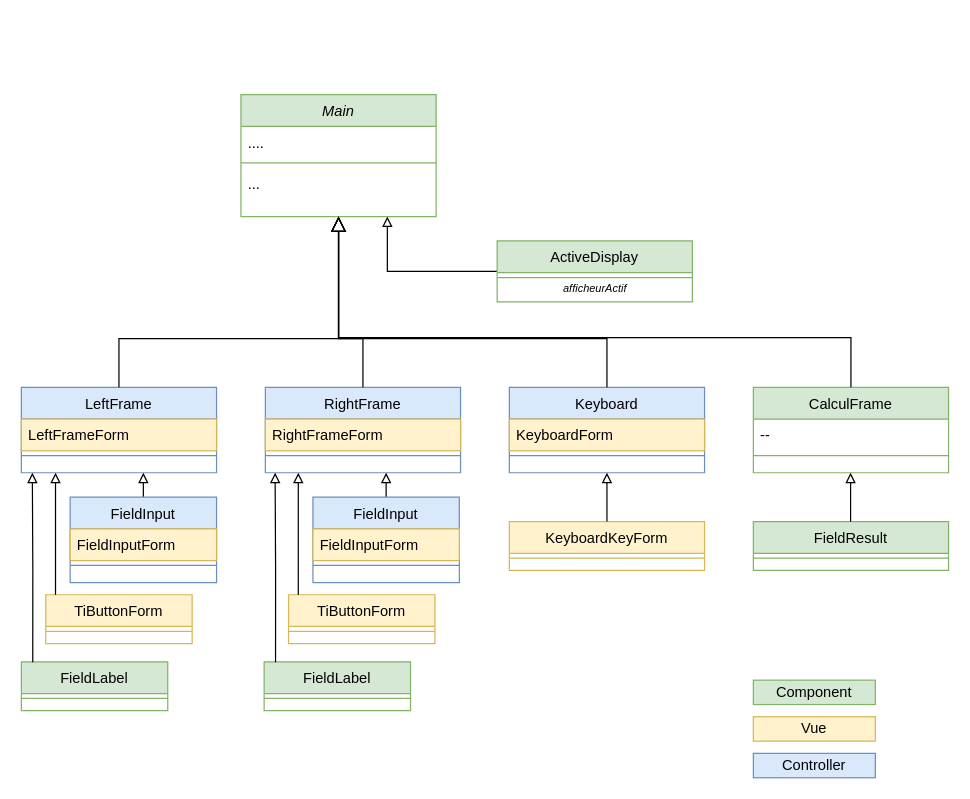
Before: docs/images/TiCalcul-QML-hierarchy.drawio in Sphinkie/TiCalcul, a draw.io diagram. Source tidied: cells renumbered, new cells numbered last; positions are measured from the earlier drawing's top-left corner, leaving out a move shared by most shapes. Both pictures are drawn from the tidied source at 122%, with x=0, y=0 at pixel (21, 94).
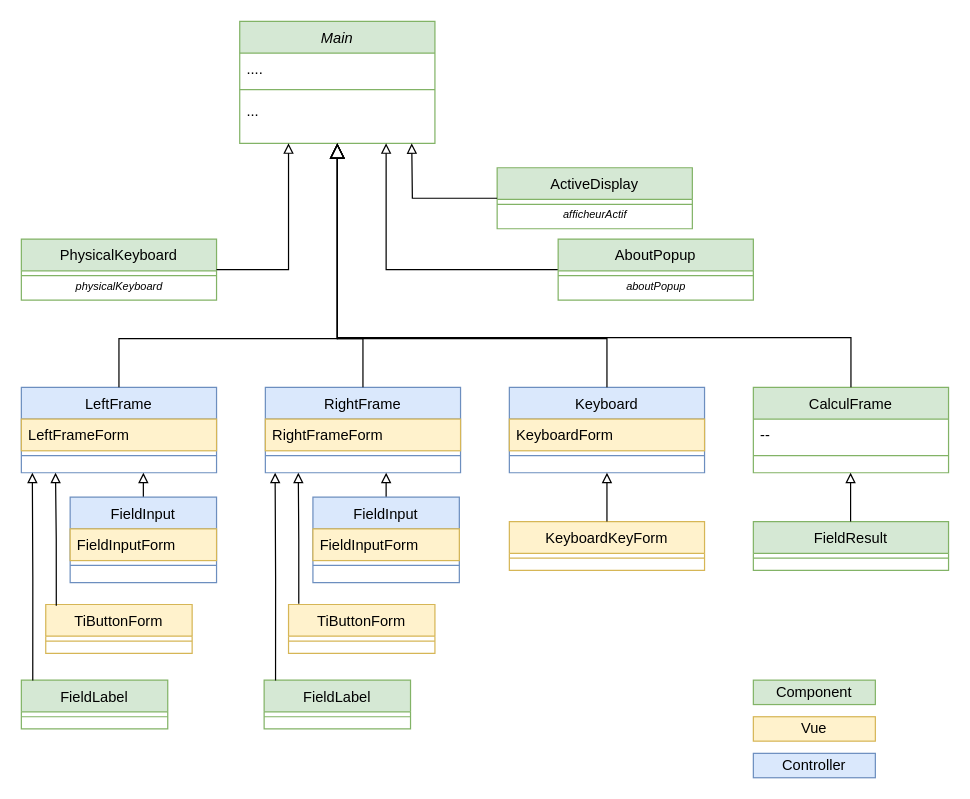
The same page after the edit.

Change to the diagram source:
```diff
@@
     <mxCell id="2" value="Main" style="swimlane;fontStyle=2;align=center;verticalAlign=top;horizontal=1;startSize=26;rounded=0;shadow=0;strokeWidth=1;fillColor=#d5e8d4;strokeColor=#82b366;" parent="1" vertex="1">
-      <mxGeometry x="180" width="160" height="100" as="geometry" />
+      <mxGeometry x="179" y="-60" width="160" height="100" as="geometry" />
     </mxCell>
@@
     <mxCell id="26" value="FieldLabel" style="swimlane;fontStyle=0;align=center;verticalAlign=top;horizontal=1;startSize=26;rounded=0;shadow=0;strokeWidth=1;fillColor=#d5e8d4;strokeColor=#82b366;" parent="1" vertex="1">
-      <mxGeometry y="465" width="120" height="40" as="geometry" />
+      <mxGeometry y="480" width="120" height="40" as="geometry" />
     </mxCell>
@@
     <mxCell id="28" value="TiButtonForm" style="swimlane;fontStyle=0;align=center;verticalAlign=top;horizontal=1;startSize=26;rounded=0;shadow=0;strokeWidth=1;fillColor=#fff2cc;strokeColor=#d6b656;" parent="1" vertex="1">
-      <mxGeometry x="20" y="410" width="120" height="40" as="geometry" />
+      <mxGeometry x="20" y="418" width="120" height="40" as="geometry" />
     </mxCell>
@@
-    <mxCell id="31" style="edgeStyle=orthogonalEdgeStyle;rounded=0;orthogonalLoop=1;jettySize=auto;html=1;endArrow=block;endFill=0;" parent="1" edge="1">
+    <mxCell id="31" style="edgeStyle=orthogonalEdgeStyle;rounded=0;jettySize=auto;html=1;endArrow=block;endFill=0;exitX=0.072;exitY=0.025;exitDx=0;exitDy=0;exitPerimeter=0;" parent="1" edge="1" source="28">
       <mxGeometry relative="1" as="geometry">
-        <mxPoint x="28" y="410" as="sourcePoint" />
         <mxPoint x="28" y="310" as="targetPoint" />
       </mxGeometry>
     </mxCell>
@@
     <mxCell id="36" value="FieldLabel" style="swimlane;fontStyle=0;align=center;verticalAlign=top;horizontal=1;startSize=26;rounded=0;shadow=0;strokeWidth=1;fillColor=#d5e8d4;strokeColor=#82b366;" parent="1" vertex="1">
-      <mxGeometry x="199" y="465" width="120" height="40" as="geometry" />
+      <mxGeometry x="199" y="480" width="120" height="40" as="geometry" />
     </mxCell>
@@
     <mxCell id="38" value="TiButtonForm" style="swimlane;fontStyle=0;align=center;verticalAlign=top;horizontal=1;startSize=26;rounded=0;shadow=0;strokeWidth=1;fillColor=#fff2cc;strokeColor=#d6b656;" parent="1" vertex="1">
-      <mxGeometry x="219" y="410" width="120" height="40" as="geometry" />
+      <mxGeometry x="219" y="418" width="120" height="40" as="geometry" />
     </mxCell>
@@
-    <mxCell id="41" style="edgeStyle=orthogonalEdgeStyle;rounded=0;orthogonalLoop=1;jettySize=auto;html=1;endArrow=block;endFill=0;" parent="1" edge="1">
+    <mxCell id="41" style="edgeStyle=orthogonalEdgeStyle;rounded=0;jettySize=auto;html=1;endArrow=block;endFill=0;exitX=0.07;exitY=-0.015;exitDx=0;exitDy=0;exitPerimeter=0;" parent="1" edge="1" source="38">
       <mxGeometry relative="1" as="geometry">
-        <mxPoint x="227" y="410" as="sourcePoint" />
         <mxPoint x="227" y="310" as="targetPoint" />
       </mxGeometry>
     </mxCell>
@@
-    <mxCell id="52" value="ActiveDisplay" style="swimlane;fontStyle=0;align=center;verticalAlign=top;horizontal=1;startSize=26;rounded=0;shadow=0;strokeWidth=1;fillColor=#d5e8d4;strokeColor=#82b366;" parent="1" vertex="1">
-      <mxGeometry x="390" y="120" width="160" height="50" as="geometry" />
+    <mxCell id="52" value="AboutPopup" style="swimlane;fontStyle=0;align=center;verticalAlign=top;horizontal=1;startSize=26;rounded=0;shadow=0;strokeWidth=1;fillColor=#d5e8d4;strokeColor=#82b366;" parent="1" vertex="1">
+      <mxGeometry x="440" y="118.5" width="160" height="50" as="geometry" />
     </mxCell>
@@
-    <mxCell id="54" value="&lt;i&gt;&lt;font style=&quot;font-size: 9px;&quot;&gt;afficheurActif&lt;/font&gt;&lt;/i&gt;" style="text;html=1;align=center;verticalAlign=middle;strokeColor=none;fillColor=none;" parent="1" vertex="1">
-      <mxGeometry x="430" y="143" width="80" height="30" as="geometry" />
+    <mxCell id="54" value="&lt;i&gt;&lt;font style=&quot;font-size: 9px;&quot;&gt;aboutPopup&lt;/font&gt;&lt;/i&gt;" style="text;html=1;align=center;verticalAlign=middle;strokeColor=none;fillColor=none;" parent="1" vertex="1">
+      <mxGeometry x="485" y="141.5" width="70" height="30" as="geometry" />
     </mxCell>
+    <mxCell id="55" value="PhysicalKeyboard" style="swimlane;fontStyle=0;align=center;verticalAlign=top;horizontal=1;startSize=26;rounded=0;shadow=0;strokeWidth=1;fillColor=#d5e8d4;strokeColor=#82b366;" parent="1" vertex="1">
+      <mxGeometry y="118.5" width="160" height="50" as="geometry" />
+    </mxCell>
+    <mxCell id="56" style="line;html=1;strokeWidth=1;align=left;verticalAlign=middle;spacingTop=-1;spacingLeft=3;spacingRight=3;labelPosition=right;fillColor=#d5e8d4;strokeColor=#82b366;" parent="55" vertex="1">
+      <mxGeometry y="26" width="160" height="8" as="geometry" />
+    </mxCell>
+    <mxCell id="57" value="&lt;i&gt;&lt;font style=&quot;font-size: 9px;&quot;&gt;physicalKeyboard&lt;/font&gt;&lt;/i&gt;" style="text;html=1;align=center;verticalAlign=middle;strokeColor=none;fillColor=none;" parent="1" vertex="1">
+      <mxGeometry x="35" y="141.5" width="90" height="30" as="geometry" />
+    </mxCell>
+    <mxCell id="58" style="edgeStyle=orthogonalEdgeStyle;rounded=0;jettySize=auto;html=1;entryX=0.25;entryY=1;entryDx=0;entryDy=0;endArrow=block;endFill=0;exitX=1;exitY=0.5;exitDx=0;exitDy=0;" parent="1" edge="1" source="55" target="2">
+      <mxGeometry relative="1" as="geometry" />
+    </mxCell>
+    <mxCell id="59" value="ActiveDisplay" style="swimlane;fontStyle=0;align=center;verticalAlign=top;horizontal=1;startSize=26;rounded=0;shadow=0;strokeWidth=1;fillColor=#d5e8d4;strokeColor=#82b366;" parent="1" vertex="1">
+      <mxGeometry x="390" y="60" width="160" height="50" as="geometry" />
+    </mxCell>
+    <mxCell id="60" style="line;html=1;strokeWidth=1;align=left;verticalAlign=middle;spacingTop=-1;spacingLeft=3;spacingRight=3;labelPosition=right;fillColor=#d5e8d4;strokeColor=#82b366;" parent="59" vertex="1">
+      <mxGeometry y="26" width="160" height="8" as="geometry" />
+    </mxCell>
+    <mxCell id="61" value="&lt;i&gt;&lt;font style=&quot;font-size: 9px;&quot;&gt;afficheurActif&lt;/font&gt;&lt;/i&gt;" style="text;html=1;align=center;verticalAlign=middle;strokeColor=none;fillColor=none;" parent="1" vertex="1">
+      <mxGeometry x="430" y="83" width="80" height="30" as="geometry" />
+    </mxCell>
+    <mxCell id="62" style="edgeStyle=orthogonalEdgeStyle;rounded=0;jettySize=auto;html=1;endArrow=block;endFill=0;exitX=0;exitY=0.5;exitDx=0;exitDy=0;" parent="1" edge="1" source="59">
+      <mxGeometry relative="1" as="geometry">
+        <mxPoint x="320" y="40" as="targetPoint" />
+      </mxGeometry>
+    </mxCell>
```
